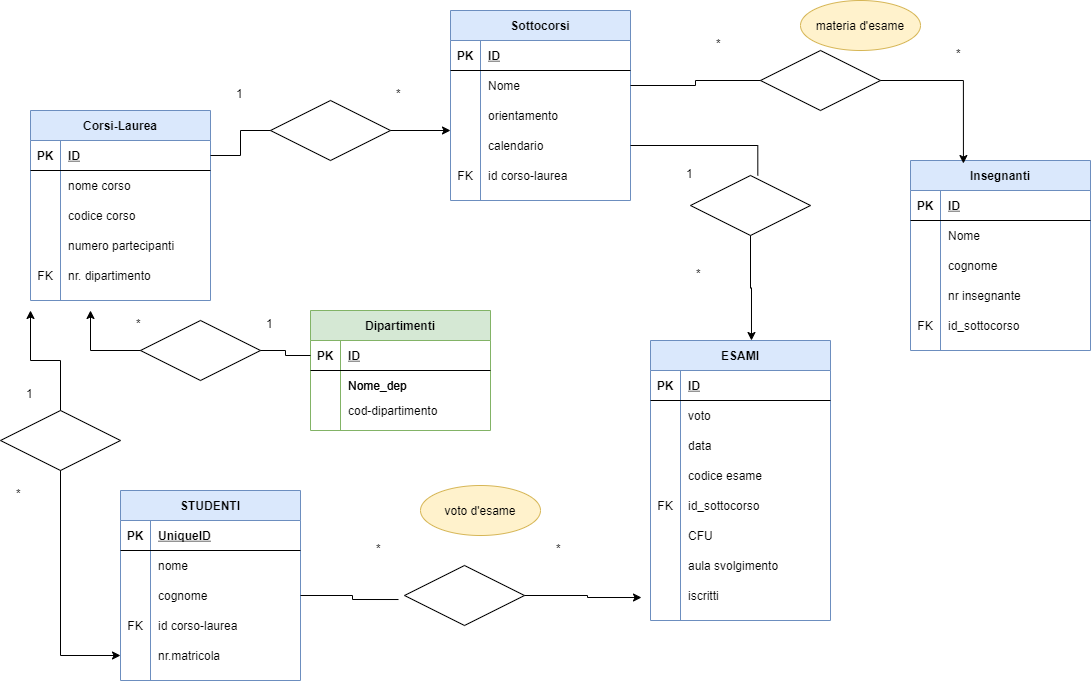
Earlier version of the draw.io export db-university.png (MauriPiace92/db-university). Source tidied: cells renumbered, new cells last; positions are measured from the earlier drawing's top-left corner, leaving out a move shared by most shapes.
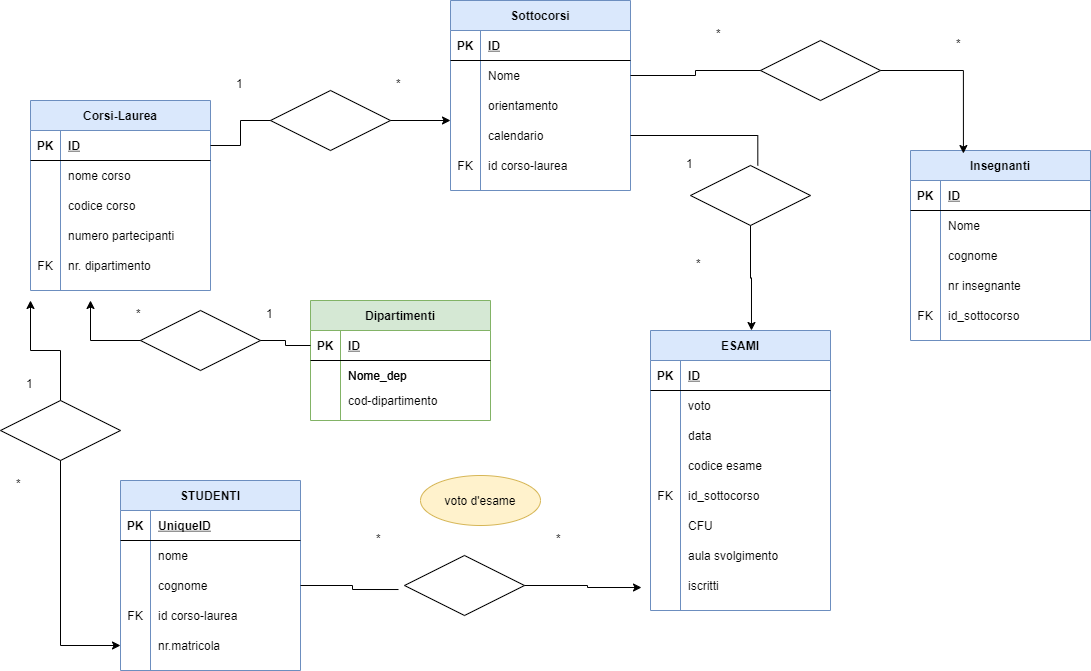
Later version of the same file.

Commit message:
Correzione esercizio

Change to the diagram source:
```diff
@@ -242,9 +242,6 @@
     <mxCell id="77" value="*" style="text;spacingLeft=4;spacingRight=4;overflow=hidden;fontSize=12;strokeWidth=19;rounded=0;perimeterSpacing=2;dashed=1;" parent="1" vertex="1">
       <mxGeometry x="950" y="40" width="40" height="30" as="geometry" />
     </mxCell>
-    <mxCell id="78" value="materia d'esame" style="ellipse;whiteSpace=wrap;html=1;align=center;rounded=0;strokeWidth=1;fillColor=#fff2cc;strokeColor=#d6b656;" parent="1" vertex="1">
-      <mxGeometry x="800" width="120" height="50" as="geometry" />
-    </mxCell>
     <mxCell id="79" value="ESAMI" style="shape=table;startSize=30;rowLines=0;fontStyle=1;align=center;fillColor=#dae8fc;strokeColor=#6c8ebf;" parent="1" vertex="1">
       <mxGeometry x="650" y="340" width="180" height="280" as="geometry" />
     </mxCell>
```
